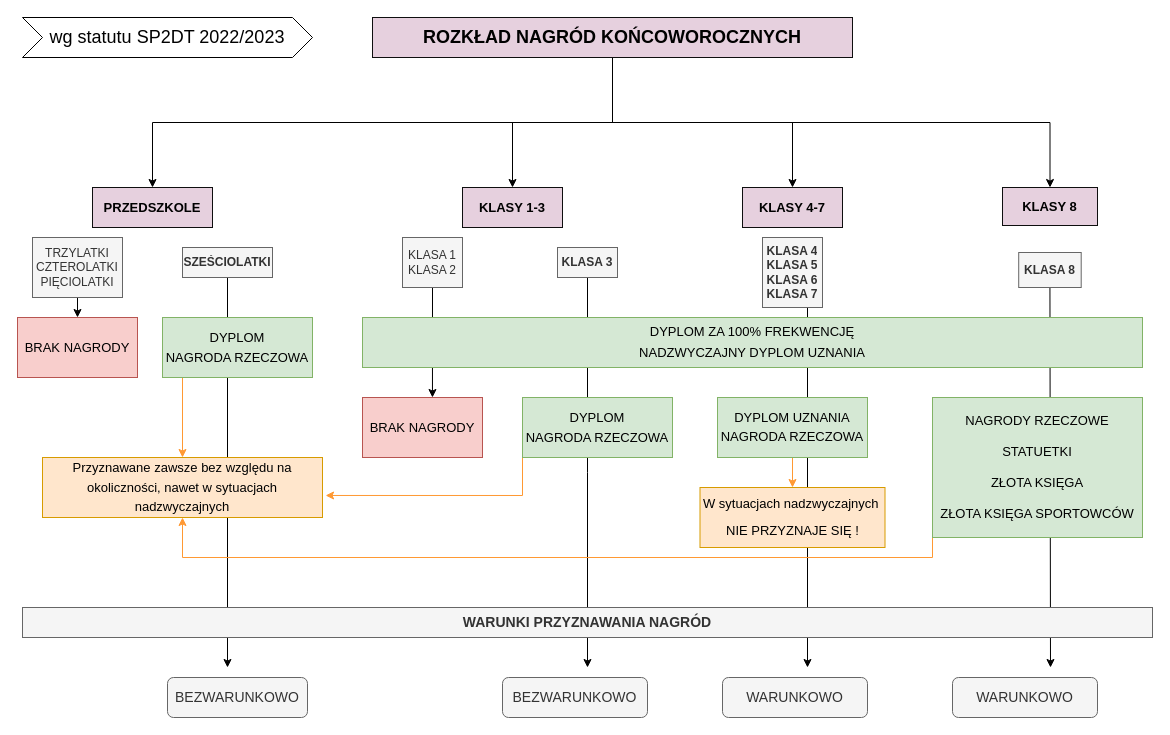
Above: Diagram bez tytułu.drawio in CyberLady-Bug/School-Winners (draw.io), before the change. Source tidied: cells renumbered, new cells numbered last; positions are measured from the earlier drawing's top-left corner, leaving out a move shared by most shapes. Both pictures are drawn from the tidied source at 100%, with x=0, y=0 at pixel (17, 17).
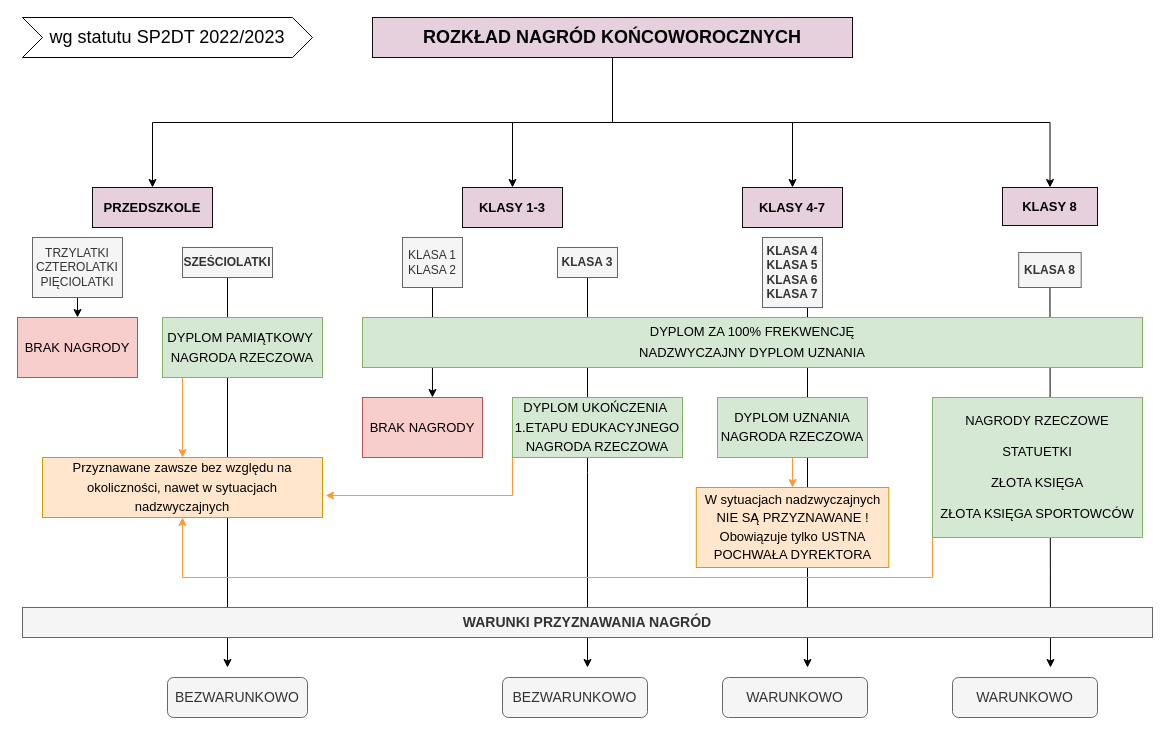
The same page after the edit.

Commit message:
ROZKŁAD NAGRÓD SP2DT

Unchanged cells that the change refers to:
```xml
<mxCell id="31" value="&lt;p style=&quot;line-height: 140%;&quot;&gt;NAGRODY RZECZOWE&lt;/p&gt;&lt;p style=&quot;line-height: 140%;&quot;&gt;STATUETKI&lt;/p&gt;&lt;p style=&quot;line-height: 140%;&quot;&gt;ZŁOTA KSIĘGA&lt;/p&gt;&lt;p style=&quot;line-height: 140%;&quot;&gt;ZŁOTA KSIĘGA SPORTOWCÓW&lt;/p&gt;" style="rounded=0;whiteSpace=wrap;html=1;strokeColor=#82b366;fillColor=#d5e8d4;fontSize=13;align=center;" parent="1" vertex="1">
  <mxGeometry x="915" y="380" width="210" height="140" as="geometry" />
</mxCell>
<mxCell id="34" value="&lt;p style=&quot;line-height: 150%;&quot;&gt;Przyznawane zawsze bez względu na okoliczności, nawet w sytuacjach nadzwyczajnych&lt;/p&gt;" style="rounded=0;whiteSpace=wrap;html=1;strokeColor=#d79b00;fillColor=#ffe6cc;fontSize=13;" parent="1" vertex="1">
  <mxGeometry x="25" y="440" width="280" height="60" as="geometry" />
</mxCell>
```

The edit, as a diff of the source:
```diff
@@
-    <mxCell id="8" value="&lt;p style=&quot;line-height: 150%;&quot;&gt;DYPLOM&lt;br style=&quot;font-size: 13px;&quot;&gt;NAGRODA RZECZOWA&lt;/p&gt;" style="rounded=0;whiteSpace=wrap;html=1;strokeColor=#82b366;fillColor=#d5e8d4;fontSize=13;" parent="1" vertex="1">
-      <mxGeometry x="145" y="300" width="150" height="60" as="geometry" />
+    <mxCell id="8" value="&lt;p style=&quot;line-height: 150%;&quot;&gt;DYPLOM PAMIĄTKOWY&amp;nbsp;&lt;br style=&quot;font-size: 13px;&quot;&gt;NAGRODA RZECZOWA&lt;/p&gt;" style="rounded=0;whiteSpace=wrap;html=1;strokeColor=#82b366;fillColor=#d5e8d4;fontSize=13;" parent="1" vertex="1">
+      <mxGeometry x="145" y="300" width="160" height="60" as="geometry" />
     </mxCell>
@@
-    <mxCell id="27" value="&lt;p style=&quot;line-height: 150%;&quot;&gt;DYPLOM&lt;br style=&quot;font-size: 13px;&quot;&gt;NAGRODA RZECZOWA&lt;/p&gt;" style="rounded=0;whiteSpace=wrap;html=1;strokeColor=#82b366;fillColor=#d5e8d4;fontSize=13;" parent="1" vertex="1">
-      <mxGeometry x="505" y="380" width="150" height="60" as="geometry" />
+    <mxCell id="27" value="&lt;p style=&quot;line-height: 150%;&quot;&gt;DYPLOM UKOŃCZENIA&amp;nbsp; 1.ETAPU EDUKACYJNEGO NAGRODA RZECZOWA&lt;/p&gt;" style="rounded=0;whiteSpace=wrap;html=1;strokeColor=#82b366;fillColor=#d5e8d4;fontSize=13;" parent="1" vertex="1">
+      <mxGeometry x="495" y="380" width="170" height="60" as="geometry" />
     </mxCell>
@@
     <mxCell id="30" style="edgeStyle=orthogonalEdgeStyle;rounded=0;jettySize=auto;html=1;exitX=0;exitY=1;exitDx=0;exitDy=0;fontSize=14;elbow=vertical;strokeColor=#FF9933;" parent="1" edge="1" source="31" target="34">
       <mxGeometry relative="1" as="geometry">
         <Array as="points">
-          <mxPoint x="915" y="540" />
-          <mxPoint x="165" y="540" />
+          <mxPoint x="915" y="560" />
+          <mxPoint x="165" y="560" />
         </Array>
       </mxGeometry>
     </mxCell>
@@
-    <mxCell id="35" value="&lt;p style=&quot;line-height: 110%;&quot;&gt;W sytuacjach nadzwyczajnych&amp;nbsp;&lt;/p&gt;&lt;p style=&quot;line-height: 110%;&quot;&gt;NIE PRZYZNAJE SIĘ !&lt;/p&gt;" style="rounded=0;whiteSpace=wrap;html=1;strokeColor=#d79b00;fillColor=#ffe6cc;fontSize=13;" parent="1" vertex="1">
-      <mxGeometry x="682.5" y="470" width="185" height="60" as="geometry" />
+    <mxCell id="35" value="&lt;p style=&quot;line-height: 140%;&quot;&gt;W sytuacjach nadzwyczajnych &lt;span style=&quot;background-color: initial;&quot;&gt;NIE SĄ PRZYZNAWANE ! Obowiązuje tylko USTNA POCHWAŁA DYREKTORA&lt;/span&gt;&lt;/p&gt;" style="rounded=0;whiteSpace=wrap;html=1;strokeColor=#d79b00;fillColor=#ffe6cc;fontSize=13;" parent="1" vertex="1">
+      <mxGeometry x="678.8" y="470" width="192.5" height="80" as="geometry" />
     </mxCell>
```
